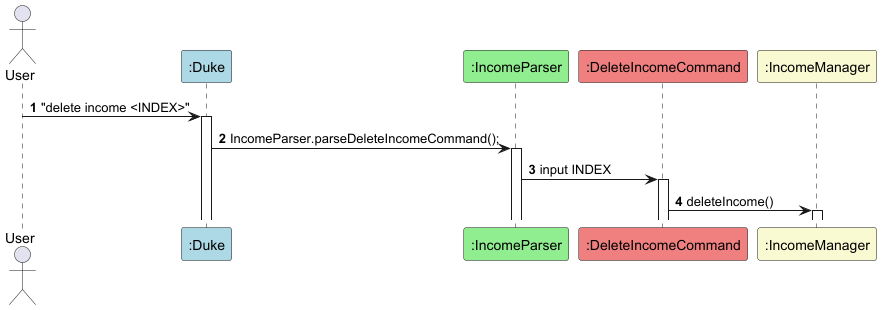
This is docs/images/DeleteIncome.png from xiaojielei/tp, a PlantUML export, as it was before one commit.
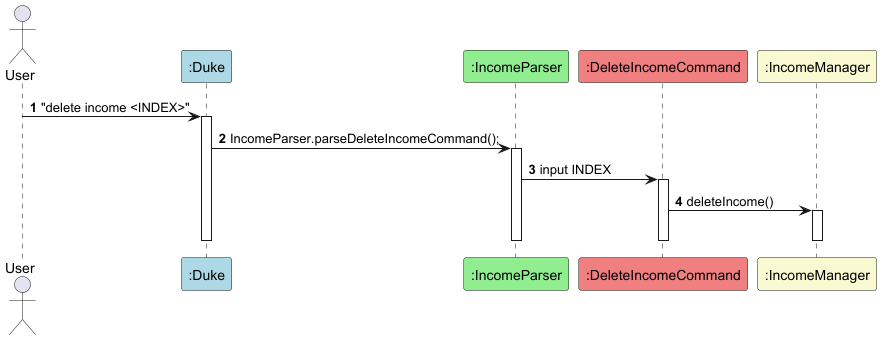
The same diagram one commit later.

Diff of the diagram source:
```diff
@@ -17,4 +17,8 @@
 
 DeleteIncomeCommand -> IncomeManager: deleteIncome()
 activate IncomeManager
+deactivate DeleteIncomeCommand
+deactivate IncomeManager
+deactivate IncomeParser
+deactivate Duke
 @enduml
```
